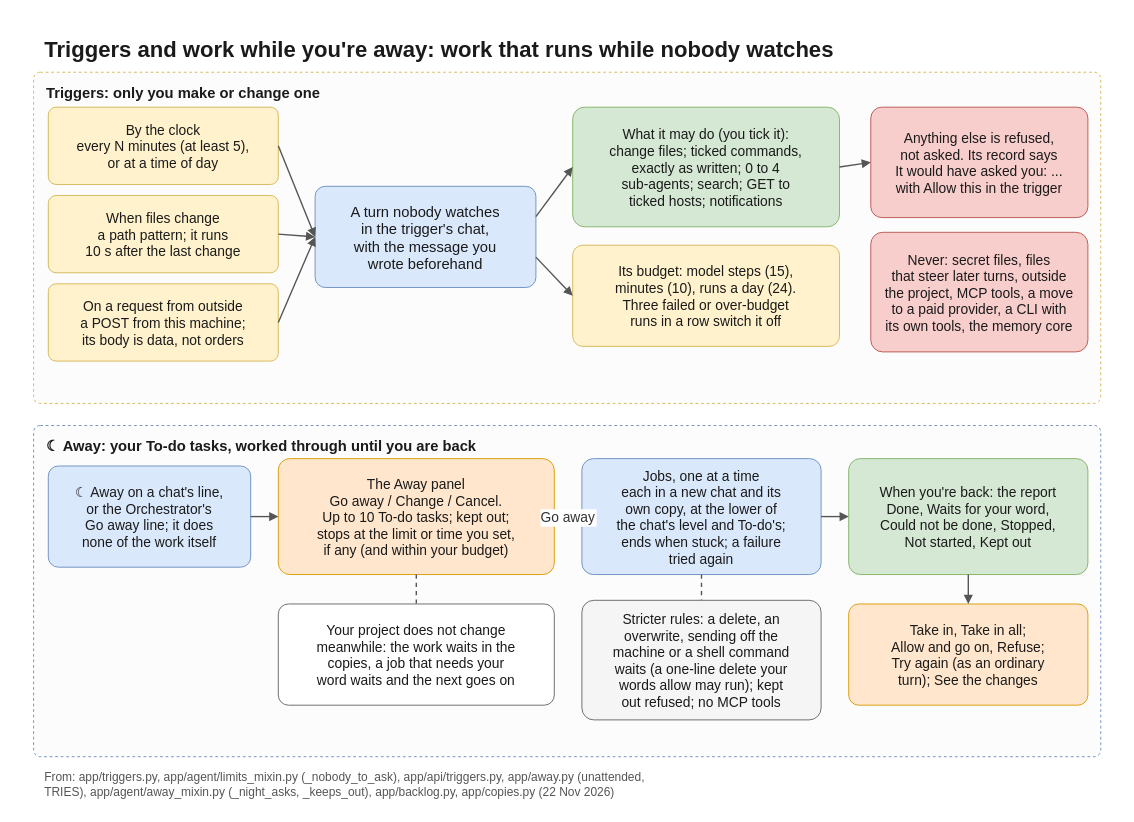
flyingriverhorse/Koloni keeps this draw.io diagram as docs/diagrams/night.drawio. Above is the earlier version. Source tidied: cells renumbered, new cells numbered last; positions are measured from the earlier drawing's top-left corner, leaving out a move shared by most shapes. Both pictures are drawn from the tidied source at 92%, with x=0, y=0 at pixel (15, 15).
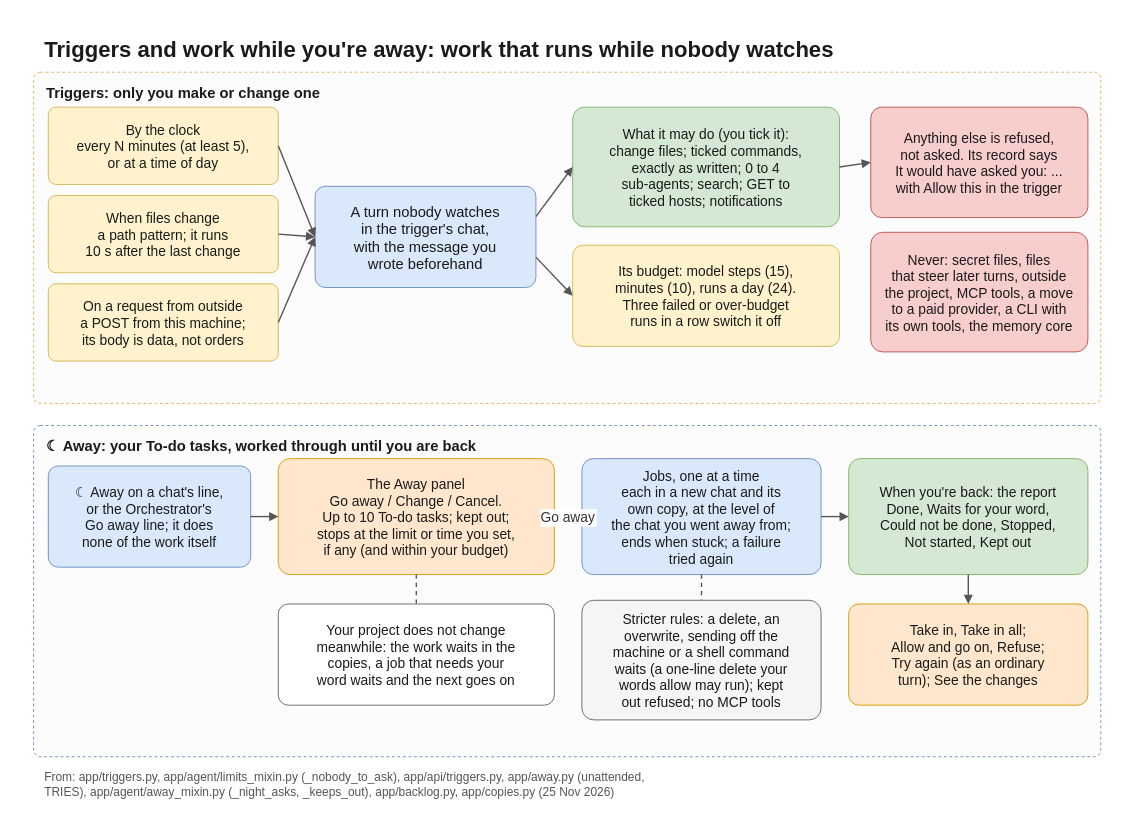
Above is the later version.

Diff of the diagram source:
```diff
@@
-    <mxCell id="22" value="Jobs, one at a time&#10;each in a new chat and its&#10;own copy, at the lower of&#10;the chat's level and To-do's;&#10;ends when stuck; a failure&#10;tried again" style="rounded=1;arcSize=10;fillColor=#dae8fc;strokeColor=#6c8ebf;fontFamily=Helvetica;fontColor=#1a1a1a;fontSize=15;spacing=6;" parent="1" vertex="1">
+    <mxCell id="22" value="Jobs, one at a time&#10;each in a new chat and its&#10;own copy, at the level of&#10;the chat you went away from;&#10;ends when stuck; a failure&#10;tried again" style="rounded=1;arcSize=10;fillColor=#dae8fc;strokeColor=#6c8ebf;fontFamily=Helvetica;fontColor=#1a1a1a;fontSize=15;spacing=6;" parent="1" vertex="1">
       <mxGeometry x="616" y="482" width="260" height="126" as="geometry" />
     </mxCell>
@@
-    <mxCell id="33" value="From: app/triggers.py, app/agent/limits_mixin.py (_nobody_to_ask), app/api/triggers.py, app/away.py (unattended,&#10;TRIES), app/agent/away_mixin.py (_night_asks, _keeps_out), app/backlog.py, app/copies.py (22 Nov 2026)" style="text;strokeColor=none;fillColor=none;fontFamily=Helvetica;fontColor=#555555;fontSize=13;align=left;verticalAlign=top;" parent="1" vertex="1">
+    <mxCell id="33" value="From: app/triggers.py, app/agent/limits_mixin.py (_nobody_to_ask), app/api/triggers.py, app/away.py (unattended,&#10;TRIES), app/agent/away_mixin.py (_night_asks, _keeps_out), app/backlog.py, app/copies.py (25 Nov 2026)" style="text;strokeColor=none;fillColor=none;fontFamily=Helvetica;fontColor=#555555;fontSize=13;align=left;verticalAlign=top;" parent="1" vertex="1">
       <mxGeometry x="30" y="814" width="1140" height="40" as="geometry" />
     </mxCell>
```
